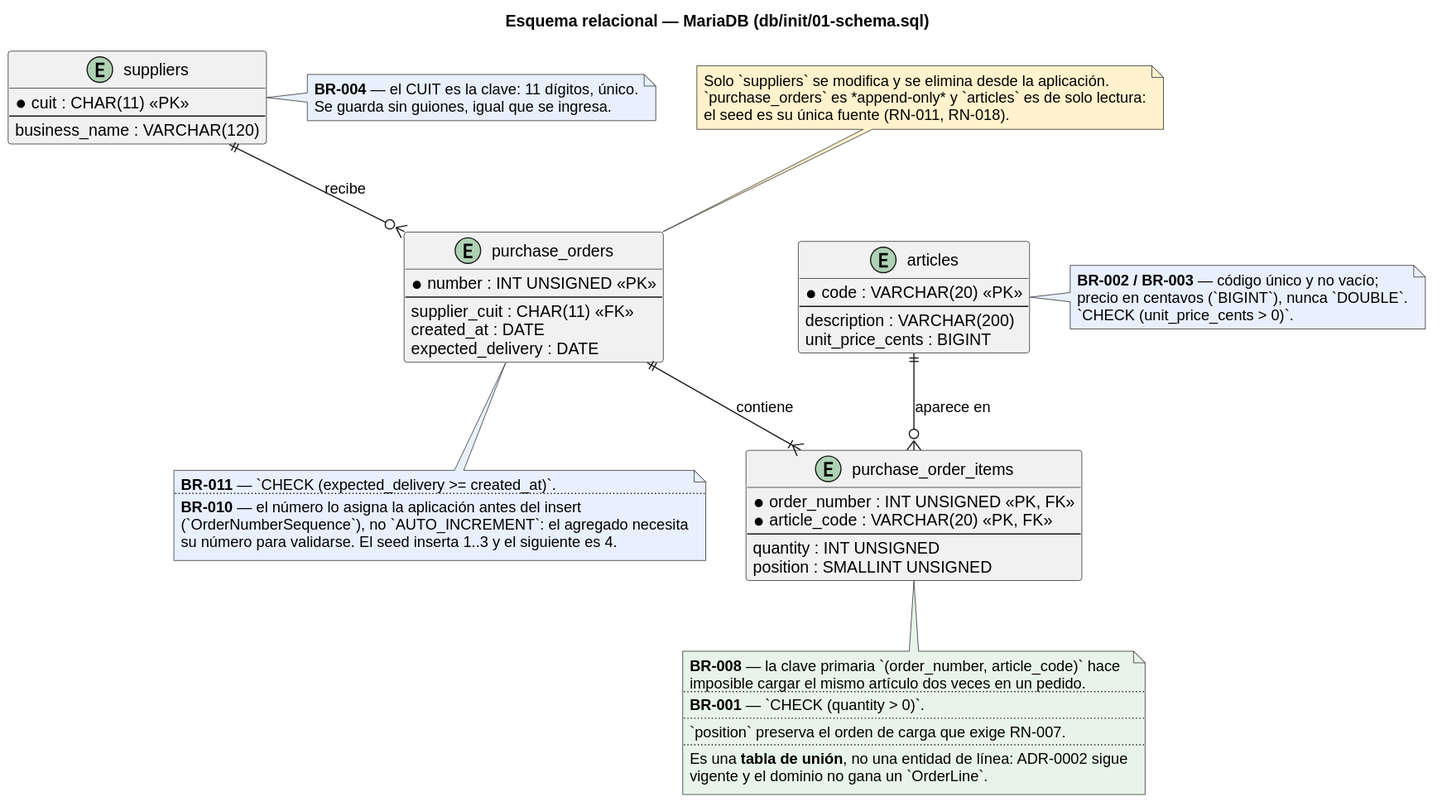
This is 2026-11-02-examen-parcial-02/docs/diagrams/esquema-base.svg from estebanmatias92/tecnicatura-algoritmos-y-estructuras-de-datos-ii, a PlantUML export, as it was before one commit. The source it was exported from:
```plantuml
@startuml
title Esquema relacional — MariaDB (db/init/01-schema.sql)

skinparam shadowing false

entity "articles" as articles {
  * code : VARCHAR(20) <<PK>>
  --
  description : VARCHAR(200)
  unit_price_cents : BIGINT
}

entity "suppliers" as suppliers {
  * cuit : CHAR(11) <<PK>>
  --
  business_name : VARCHAR(120)
}

entity "purchase_orders" as orders {
  * number : INT UNSIGNED <<PK>>
  --
  supplier_cuit : CHAR(11) <<FK>>
  created_at : DATE
  expected_delivery : DATE
}

entity "purchase_order_items" as items {
  * order_number : INT UNSIGNED <<PK, FK>>
  * article_code : VARCHAR(20) <<PK, FK>>
  --
  quantity : INT UNSIGNED
  position : SMALLINT UNSIGNED
}

suppliers ||--o{ orders : "recibe"
orders ||--|{ items : "contiene"
articles ||--o{ items : "aparece en"

note right of suppliers #E8F0FE
  **BR-004** — el CUIT es la clave: 11 dígitos, único.
  Se guarda sin guiones, igual que se ingresa.
end note

note right of articles #E8F0FE
  **BR-002 / BR-003** — código único y no vacío;
  precio en centavos (`BIGINT`), nunca `DOUBLE`.
  `CHECK (unit_price_cents > 0)`.
end note

note bottom of orders #E8F0FE
  **BR-011** — `CHECK (expected_delivery >= created_at)`.
  ..
  **BR-010** — el número lo asigna la aplicación antes del insert
  (`OrderNumberSequence`), no `AUTO_INCREMENT`: el agregado necesita
  su número para validarse. El seed inserta 1..3 y el siguiente es 4.
end note

note bottom of items #E8F4EA
  **BR-008** — la clave primaria `(order_number, article_code)` hace
  imposible cargar el mismo artículo dos veces en un pedido.
  ..
  **BR-001** — `CHECK (quantity > 0)`.
  ..
  `position` preserva el orden de carga que exige RN-007.
  ..
  Es una **tabla de unión**, no una entidad de línea: ADR-0002 sigue
  vigente y el dominio no gana un `OrderLine`.
end note

note top of orders #FFF2CC
  Solo `suppliers` se modifica y se elimina desde la aplicación.
  `purchase_orders` es *append-only* y `articles` es de solo lectura:
  el seed es su única fuente (RN-011, RN-018).
end note
@enduml
```
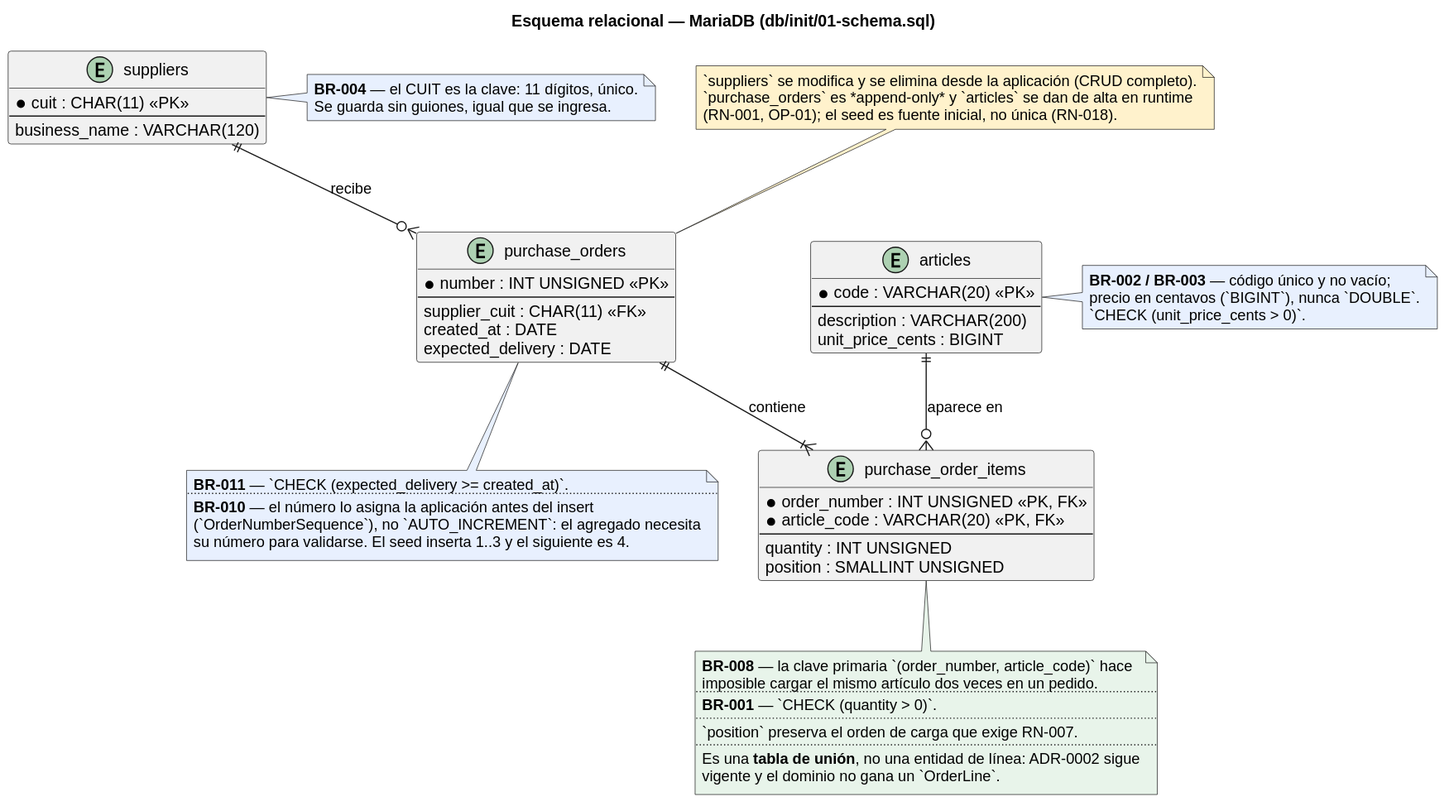
Later version of the same file.

Change to the diagram source:
```diff
@@ -68,8 +68,8 @@
 end note
 
 note top of orders #FFF2CC
-  Solo `suppliers` se modifica y se elimina desde la aplicación.
-  `purchase_orders` es *append-only* y `articles` es de solo lectura:
-  el seed es su única fuente (RN-011, RN-018).
+  `suppliers` se modifica y se elimina desde la aplicación (CRUD completo).
+  `purchase_orders` es *append-only* y `articles` se dan de alta en runtime
+  (RN-001, OP-01); el seed es fuente inicial, no única (RN-018).
 end note
 @enduml
```
